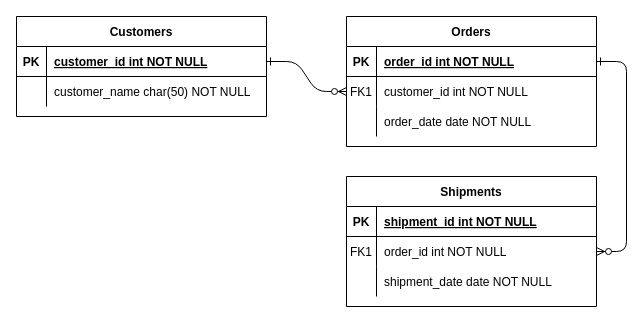
gzxwater/drawio keeps this draw.io diagram as 未命名绘图.drawio. Above is the earlier version. Source tidied: cells renumbered, new cells numbered last; positions are measured from the earlier drawing's top-left corner, leaving out a move shared by most shapes. Both pictures are drawn from the tidied source at 100%, with x=0, y=0 at pixel (16, 16).
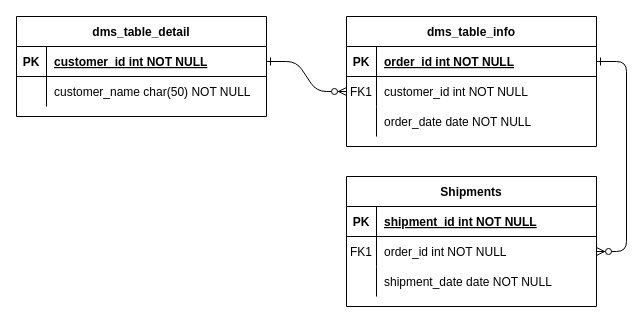
Above is the later version.

The edit, as a diff of the source:
```diff
@@
-    <mxCell id="4" value="Orders" style="shape=table;startSize=30;childLayout=tableLayout;rowLines=0;fontStyle=1;align=center;" parent="1" vertex="1">
+    <mxCell id="4" value="dms_table_info" style="shape=table;startSize=30;childLayout=tableLayout;rowLines=0;fontStyle=1;align=center;" parent="1" vertex="1">
       <mxGeometry x="330" width="250" height="130" as="geometry" />
     </mxCell>
@@
-    <mxCell id="24" value="Customers" style="shape=table;startSize=30;childLayout=tableLayout;rowLines=0;fontStyle=1;align=center;" parent="1" vertex="1">
+    <mxCell id="24" value="dms_table_detail" style="shape=table;startSize=30;childLayout=tableLayout;rowLines=0;fontStyle=1;align=center;" parent="1" vertex="1">
       <mxGeometry width="250" height="100" as="geometry" />
     </mxCell>
```
